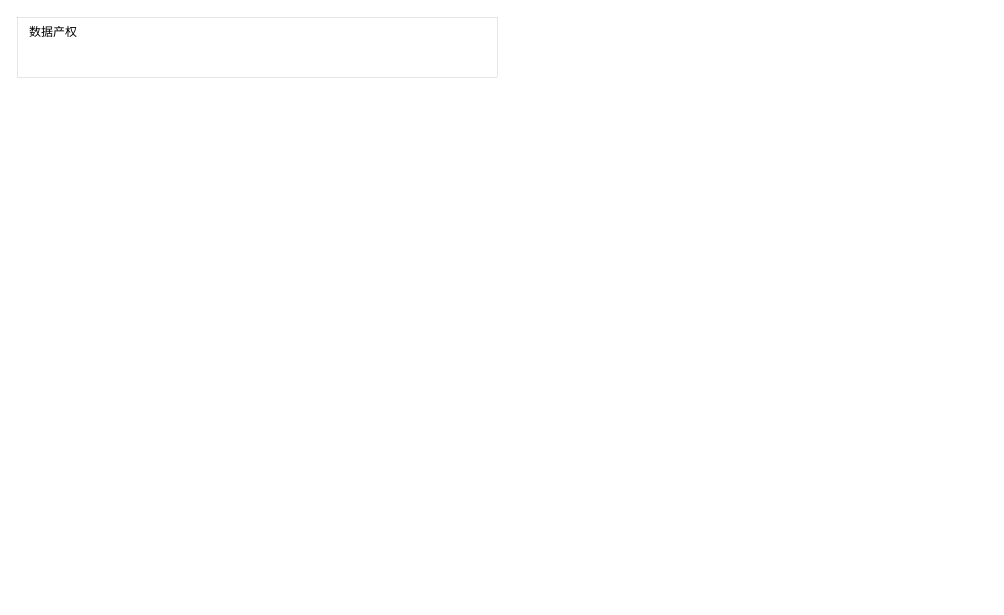
The draw.io diagram 数据二十条.drawio in joestarhu/drowio, before the edit. Source tidied: cells renumbered, new cells numbered last; positions are measured from the earlier drawing's top-left corner, leaving out a move shared by most shapes. Both pictures are drawn from the tidied source at 100%, with x=0, y=0 at pixel (17, 17).
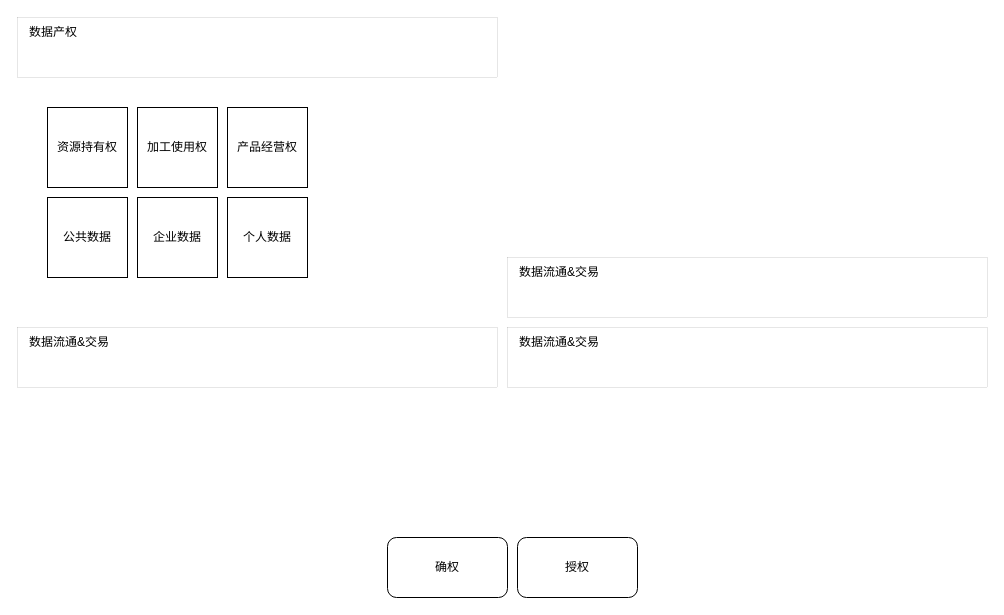
After the change.

Commit message (it also covers changes not shown here):
更新数据二十条.drawio

What changed in the source:
```diff
@@
 <mxGraphModel>
   <root>
     <mxCell id="0" />
     <mxCell id="1" parent="0" />
     <mxCell id="2" style="rounded=0;whiteSpace=wrap;html=1;strokeWidth=0;" parent="1" vertex="1">
       <mxGeometry width="480" height="60" as="geometry" />
     </mxCell>
     <mxCell id="3" value="数据产权" style="text;html=1;strokeColor=none;fillColor=none;align=left;verticalAlign=middle;whiteSpace=wrap;rounded=0;spacingLeft=10;" parent="1" vertex="1">
       <mxGeometry width="480" height="30" as="geometry" />
     </mxCell>
+    <mxCell id="4" style="rounded=0;whiteSpace=wrap;html=1;strokeWidth=0;" parent="1" vertex="1">
+      <mxGeometry x="490" y="240" width="480" height="60" as="geometry" />
+    </mxCell>
+    <mxCell id="5" value="数据流通&amp;amp;交易" style="text;html=1;strokeColor=none;fillColor=none;align=left;verticalAlign=middle;whiteSpace=wrap;rounded=0;spacingLeft=10;" parent="1" vertex="1">
+      <mxGeometry x="490" y="240" width="480" height="30" as="geometry" />
+    </mxCell>
+    <mxCell id="6" style="rounded=0;whiteSpace=wrap;html=1;strokeWidth=0;" parent="1" vertex="1">
+      <mxGeometry y="310" width="480" height="60" as="geometry" />
+    </mxCell>
+    <mxCell id="7" value="数据流通&amp;amp;交易" style="text;html=1;strokeColor=none;fillColor=none;align=left;verticalAlign=middle;whiteSpace=wrap;rounded=0;spacingLeft=10;" parent="1" vertex="1">
+      <mxGeometry y="310" width="480" height="30" as="geometry" />
+    </mxCell>
+    <mxCell id="8" style="rounded=0;whiteSpace=wrap;html=1;strokeWidth=0;" parent="1" vertex="1">
+      <mxGeometry x="490" y="310" width="480" height="60" as="geometry" />
+    </mxCell>
+    <mxCell id="9" value="数据流通&amp;amp;交易" style="text;html=1;strokeColor=none;fillColor=none;align=left;verticalAlign=middle;whiteSpace=wrap;rounded=0;spacingLeft=10;" parent="1" vertex="1">
+      <mxGeometry x="490" y="310" width="480" height="30" as="geometry" />
+    </mxCell>
+    <mxCell id="10" value="资源持有权" style="whiteSpace=wrap;html=1;" parent="1" vertex="1">
+      <mxGeometry x="30" y="90" width="80" height="80" as="geometry" />
+    </mxCell>
+    <mxCell id="11" value="加工使用权" style="whiteSpace=wrap;html=1;" parent="1" vertex="1">
+      <mxGeometry x="120" y="90" width="80" height="80" as="geometry" />
+    </mxCell>
+    <mxCell id="12" value="产品经营权" style="whiteSpace=wrap;html=1;" parent="1" vertex="1">
+      <mxGeometry x="210" y="90" width="80" height="80" as="geometry" />
+    </mxCell>
+    <mxCell id="13" value="公共数据" style="whiteSpace=wrap;html=1;" parent="1" vertex="1">
+      <mxGeometry x="30" y="180" width="80" height="80" as="geometry" />
+    </mxCell>
+    <mxCell id="14" value="企业数据" style="whiteSpace=wrap;html=1;" parent="1" vertex="1">
+      <mxGeometry x="120" y="180" width="80" height="80" as="geometry" />
+    </mxCell>
+    <mxCell id="15" value="个人数据" style="whiteSpace=wrap;html=1;" parent="1" vertex="1">
+      <mxGeometry x="210" y="180" width="80" height="80" as="geometry" />
+    </mxCell>
+    <mxCell id="16" value="确权" style="rounded=1;whiteSpace=wrap;html=1;" parent="1" vertex="1">
+      <mxGeometry x="370" y="520" width="120" height="60" as="geometry" />
+    </mxCell>
+    <mxCell id="17" value="授权" style="rounded=1;whiteSpace=wrap;html=1;" parent="1" vertex="1">
+      <mxGeometry x="500" y="520" width="120" height="60" as="geometry" />
+    </mxCell>
   </root>
 </mxGraphModel>
```
